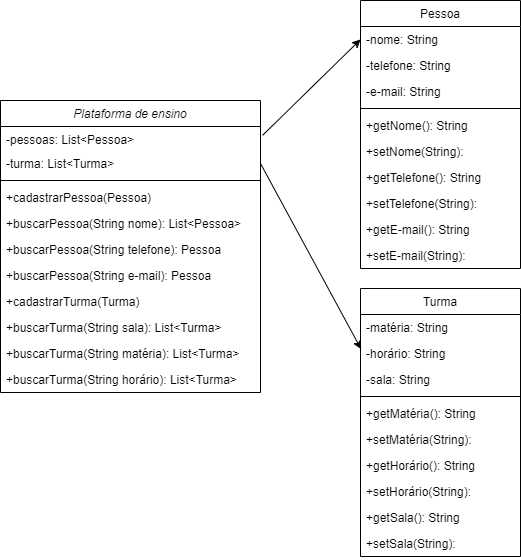
Above: Engenharia 1/exercício 02.drawio.png in Gabriel-Coutinho0/BERTOTI (draw.io), before the change. Source tidied: cells renumbered, new cells last; positions are measured from the earlier drawing's top-left corner, leaving out a move shared by most shapes.
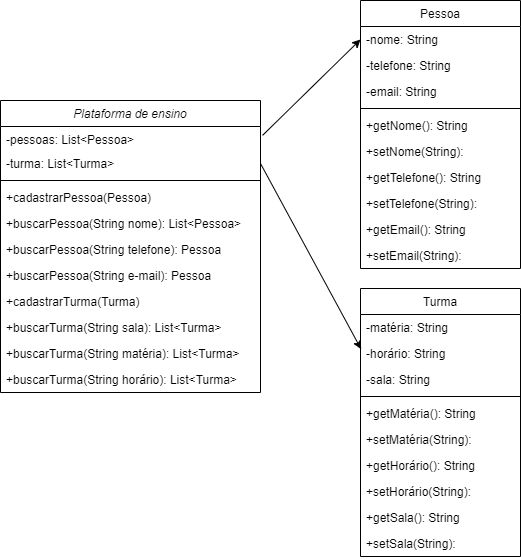
Above is the later version.

The edit, as a diff of the source:
```diff
@@ -47,7 +47,7 @@
     <mxCell id="16" value="-telefone: String    " style="text;align=left;verticalAlign=top;spacingLeft=4;spacingRight=4;overflow=hidden;rounded=0;shadow=0;html=0;" parent="14" vertex="1">
       <mxGeometry y="52" width="160" height="26" as="geometry" />
     </mxCell>
-    <mxCell id="17" value="-e-mail: String" style="text;align=left;verticalAlign=top;spacingLeft=4;spacingRight=4;overflow=hidden;rounded=0;shadow=0;html=0;" parent="14" vertex="1">
+    <mxCell id="17" value="-email: String" style="text;align=left;verticalAlign=top;spacingLeft=4;spacingRight=4;overflow=hidden;rounded=0;shadow=0;html=0;" parent="14" vertex="1">
       <mxGeometry y="78" width="160" height="26" as="geometry" />
     </mxCell>
     <mxCell id="18" style="line;html=1;strokeWidth=1;align=left;verticalAlign=middle;spacingTop=-1;spacingLeft=3;spacingRight=3;labelPosition=right;" parent="14" vertex="1">
@@ -65,10 +65,10 @@
     <mxCell id="22" value="+setTelefone(String):" style="text;align=left;verticalAlign=top;spacingLeft=4;spacingRight=4;overflow=hidden;" parent="14" vertex="1">
       <mxGeometry y="190" width="160" height="26" as="geometry" />
     </mxCell>
-    <mxCell id="23" value="+getE-mail(): String&#10;" style="text;align=left;verticalAlign=top;spacingLeft=4;spacingRight=4;overflow=hidden;" parent="14" vertex="1">
+    <mxCell id="23" value="+getEmail(): String&#10;" style="text;align=left;verticalAlign=top;spacingLeft=4;spacingRight=4;overflow=hidden;" parent="14" vertex="1">
       <mxGeometry y="216" width="160" height="26" as="geometry" />
     </mxCell>
-    <mxCell id="24" value="+setE-mail(String):&#10;" style="text;align=left;verticalAlign=top;spacingLeft=4;spacingRight=4;overflow=hidden;" parent="14" vertex="1">
+    <mxCell id="24" value="+setEmail(String):&#10;" style="text;align=left;verticalAlign=top;spacingLeft=4;spacingRight=4;overflow=hidden;" parent="14" vertex="1">
       <mxGeometry y="242" width="160" height="26" as="geometry" />
     </mxCell>
     <mxCell id="25" value="Turma" style="swimlane;fontStyle=0;align=center;verticalAlign=top;horizontal=1;startSize=26;rounded=0;shadow=0;strokeWidth=1;" parent="1" vertex="1">
```
